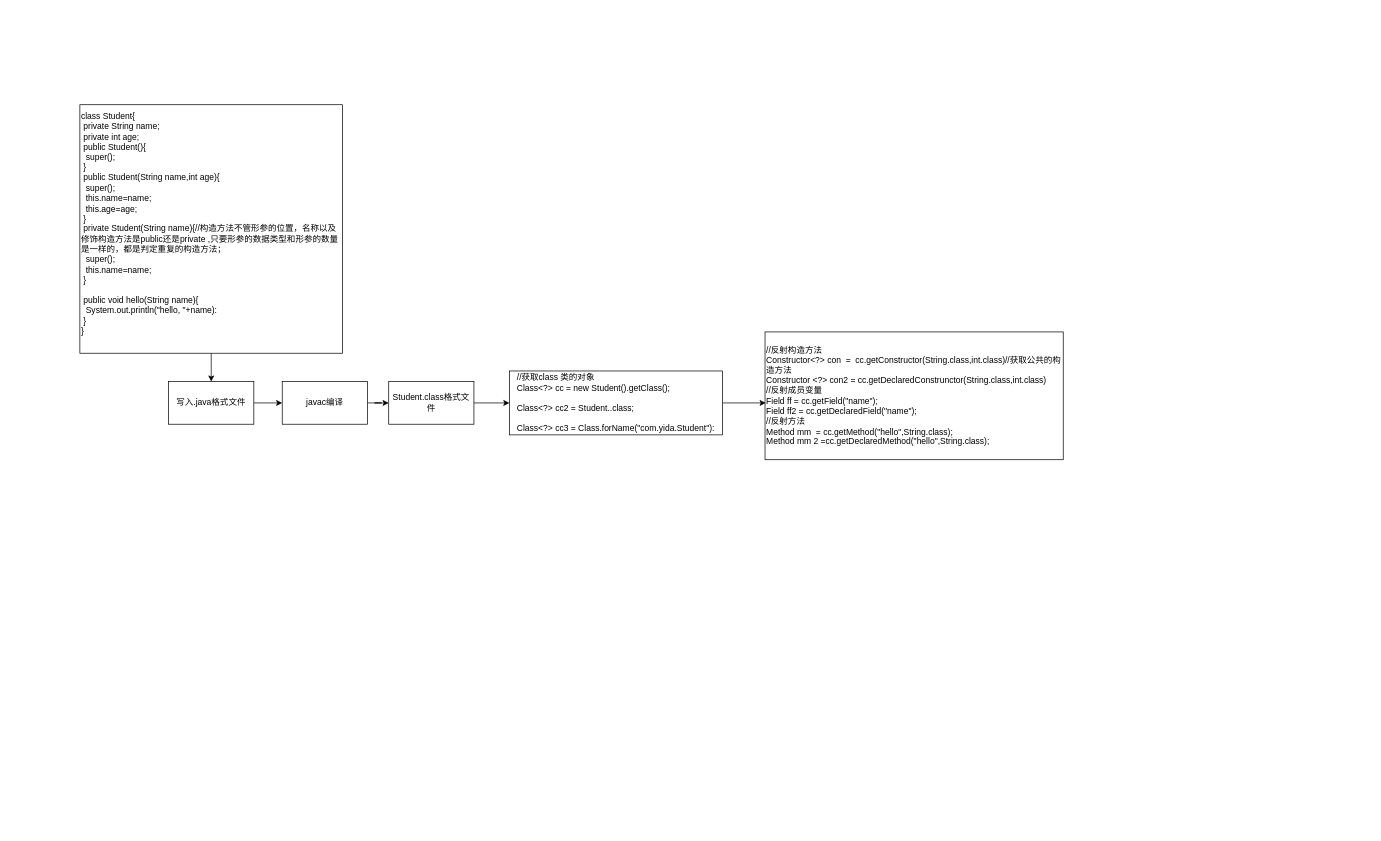
Above: photo/反射原理.drawio in irelandpenguin/default (draw.io), before the change. Source tidied: cells renumbered, new cells numbered last; positions are measured from the earlier drawing's top-left corner, leaving out a move shared by most shapes. Both pictures are drawn from the tidied source at 71%, with x=0, y=0 at pixel (80, 104).
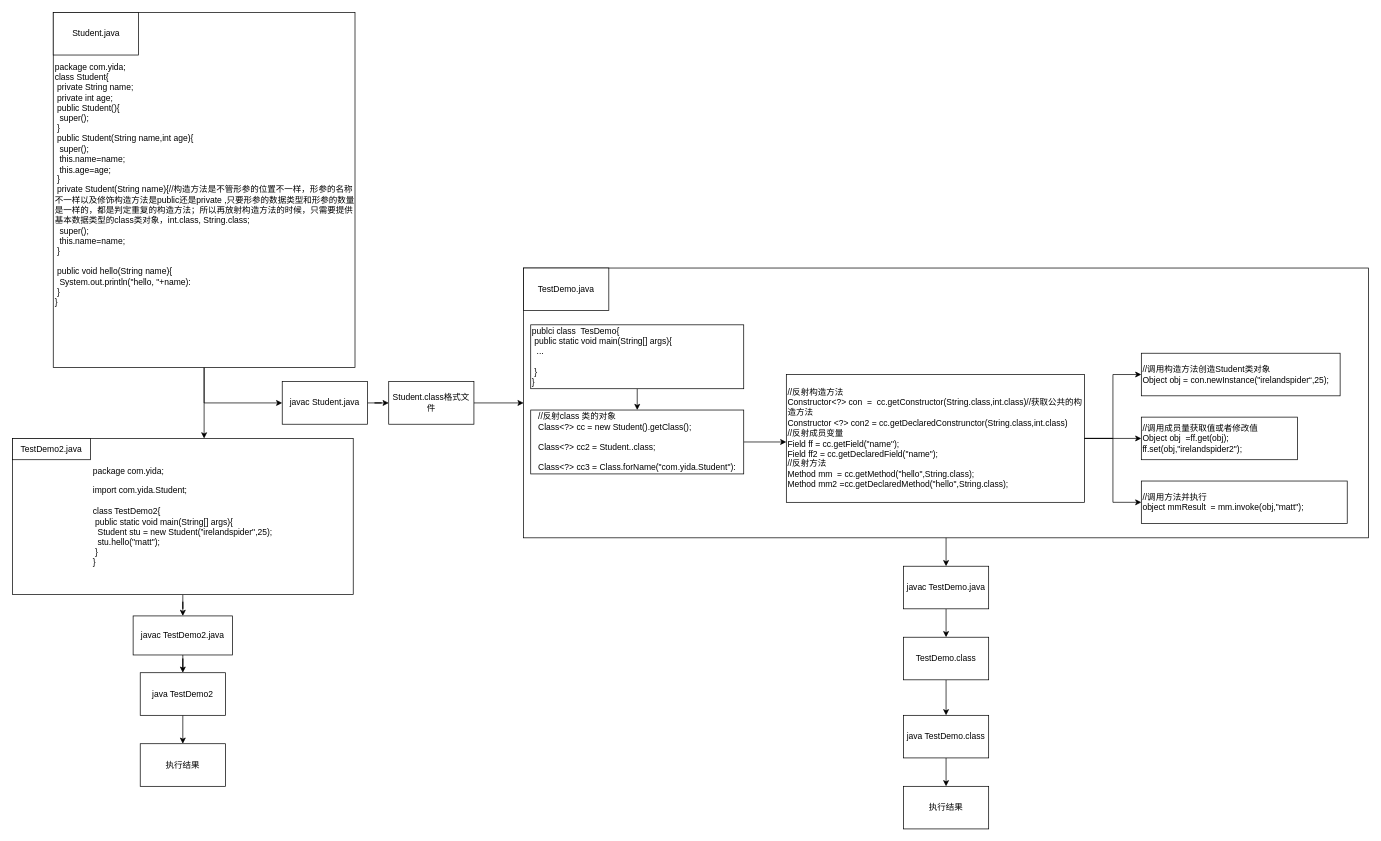
The same diagram, later.

The change refers to these unchanged cells:
```xml
<mxCell id="9" value="Student.class格式文件" style="rounded=0;whiteSpace=wrap;html=1;" parent="1" vertex="1">
  <mxGeometry x="435" y="390" width="120" height="60" as="geometry" />
</mxCell>
```

Change to the diagram source:
```diff
@@
-    <mxCell id="2" style="edgeStyle=orthogonalEdgeStyle;rounded=0;jettySize=auto;html=1;" parent="1" edge="1" source="3" target="5">
-      <mxGeometry relative="1" as="geometry" />
-    </mxCell>
+    <mxCell id="13" style="edgeStyle=orthogonalEdgeStyle;rounded=0;jettySize=auto;html=1;entryX=0;entryY=0.5;entryDx=0;entryDy=0;" parent="1" edge="1" source="3" target="7">
+      <mxGeometry relative="1" as="geometry" />
+    </mxCell>
+    <mxCell id="14" style="edgeStyle=orthogonalEdgeStyle;rounded=0;jettySize=auto;html=1;exitX=0.5;exitY=1;exitDx=0;exitDy=0;" parent="1" edge="1" source="3" target="44">
+      <mxGeometry relative="1" as="geometry">
+        <Array as="points">
+          <mxPoint x="205" y="480" />
+          <mxPoint x="205" y="480" />
+        </Array>
+      </mxGeometry>
+    </mxCell>
-    <mxCell id="3" value="&lt;div&gt;&lt;span&gt;class Student{&lt;/span&gt;&lt;/div&gt;&lt;div&gt;&lt;span&gt;&lt;span style=&quot;white-space: pre&quot;&gt; &lt;/span&gt;private String name;&lt;/span&gt;&lt;/div&gt;&lt;div&gt;&lt;span&gt;&lt;span style=&quot;white-space: pre&quot;&gt; &lt;/span&gt;private int age;&lt;/span&gt;&lt;/div&gt;&lt;div&gt;&lt;span&gt;&lt;span style=&quot;white-space: pre&quot;&gt; &lt;/span&gt;public Student(){&lt;/span&gt;&lt;/div&gt;&lt;div&gt;&lt;span&gt;&lt;span style=&quot;white-space: pre&quot;&gt; &lt;/span&gt;&lt;span style=&quot;white-space: pre&quot;&gt; &lt;/span&gt;super();&lt;/span&gt;&lt;/div&gt;&lt;div&gt;&lt;span&gt;&lt;span style=&quot;white-space: pre&quot;&gt; &lt;/span&gt;}&lt;/span&gt;&lt;/div&gt;&lt;div&gt;&lt;span style=&quot;white-space: pre&quot;&gt; &lt;/span&gt;public Student(String name,int age){&lt;/div&gt;&lt;div&gt;&lt;span style=&quot;white-space: pre&quot;&gt; &lt;/span&gt;&lt;span style=&quot;white-space: pre&quot;&gt; &lt;/span&gt;super();&lt;br&gt;&lt;/div&gt;&lt;div&gt;&lt;span style=&quot;white-space: pre&quot;&gt; &lt;/span&gt;&lt;span style=&quot;white-space: pre&quot;&gt; &lt;/span&gt;this.name=name;&lt;br&gt;&lt;/div&gt;&lt;div&gt;&lt;span style=&quot;white-space: pre&quot;&gt; &lt;/span&gt;&lt;span style=&quot;white-space: pre&quot;&gt; &lt;/span&gt;this.age=age;&lt;br&gt;&lt;/div&gt;&lt;div&gt;&lt;span style=&quot;white-space: pre&quot;&gt; &lt;/span&gt;}&lt;br&gt;&lt;/div&gt;&lt;div&gt;&lt;span style=&quot;white-space: pre&quot;&gt; &lt;/span&gt;private Student(String name){//构造方法不管形参的位置，名称以及修饰构造方法是public还是private ,只要形参的数据类型和形参的数量是一样的，都是判定重复的构造方法；&lt;br&gt;&lt;span style=&quot;white-space: pre&quot;&gt; &lt;span style=&quot;white-space: pre&quot;&gt; &lt;/span&gt;s&lt;/span&gt;uper();&lt;br&gt;&lt;/div&gt;&lt;div&gt;&lt;span style=&quot;white-space: pre&quot;&gt; &lt;/span&gt;&lt;span style=&quot;white-space: pre&quot;&gt; &lt;/span&gt;this.name=name;&lt;/div&gt;&lt;div&gt;&lt;span style=&quot;white-space: pre&quot;&gt; &lt;/span&gt;}&lt;br&gt;&lt;/div&gt;&lt;div&gt;&lt;span style=&quot;white-space: pre&quot;&gt; &lt;/span&gt;&lt;br&gt;&lt;/div&gt;&lt;div&gt;&lt;span style=&quot;white-space: pre&quot;&gt; &lt;/span&gt;public void hello(String name){&lt;br&gt;&lt;/div&gt;&lt;div&gt;&lt;span style=&quot;white-space: pre&quot;&gt; &lt;/span&gt;&lt;span style=&quot;white-space: pre&quot;&gt; &lt;/span&gt;System.out.println(&quot;hello, &quot;+name):&lt;br&gt;&lt;/div&gt;&lt;div&gt;&lt;span style=&quot;white-space: pre&quot;&gt; &lt;/span&gt;}&lt;br&gt;&lt;/div&gt;&lt;div&gt;&lt;span&gt;}&lt;/span&gt;&lt;/div&gt;&lt;div&gt;&lt;br&gt;&lt;/div&gt;" style="rounded=0;whiteSpace=wrap;html=1;align=left;" parent="1" vertex="1">
-      <mxGeometry width="370" height="350" as="geometry" />
+    <mxCell id="3" value="&lt;div&gt;&lt;span&gt;package com.yida;&lt;/span&gt;&lt;/div&gt;&lt;div&gt;&lt;span&gt;class Student{&lt;/span&gt;&lt;/div&gt;&lt;div&gt;&lt;span&gt;&lt;span style=&quot;white-space: pre&quot;&gt; &lt;/span&gt;private String name;&lt;/span&gt;&lt;/div&gt;&lt;div&gt;&lt;span&gt;&lt;span style=&quot;white-space: pre&quot;&gt; &lt;/span&gt;private int age;&lt;/span&gt;&lt;/div&gt;&lt;div&gt;&lt;span&gt;&lt;span style=&quot;white-space: pre&quot;&gt; &lt;/span&gt;public Student(){&lt;/span&gt;&lt;/div&gt;&lt;div&gt;&lt;span&gt;&lt;span style=&quot;white-space: pre&quot;&gt; &lt;/span&gt;&lt;span style=&quot;white-space: pre&quot;&gt; &lt;/span&gt;super();&lt;/span&gt;&lt;/div&gt;&lt;div&gt;&lt;span&gt;&lt;span style=&quot;white-space: pre&quot;&gt; &lt;/span&gt;}&lt;/span&gt;&lt;/div&gt;&lt;div&gt;&lt;span style=&quot;white-space: pre&quot;&gt; &lt;/span&gt;public Student(String name,int age){&lt;/div&gt;&lt;div&gt;&lt;span style=&quot;white-space: pre&quot;&gt; &lt;/span&gt;&lt;span style=&quot;white-space: pre&quot;&gt; &lt;/span&gt;super();&lt;br&gt;&lt;/div&gt;&lt;div&gt;&lt;span style=&quot;white-space: pre&quot;&gt; &lt;/span&gt;&lt;span style=&quot;white-space: pre&quot;&gt; &lt;/span&gt;this.name=name;&lt;br&gt;&lt;/div&gt;&lt;div&gt;&lt;span style=&quot;white-space: pre&quot;&gt; &lt;/span&gt;&lt;span style=&quot;white-space: pre&quot;&gt; &lt;/span&gt;this.age=age;&lt;br&gt;&lt;/div&gt;&lt;div&gt;&lt;span style=&quot;white-space: pre&quot;&gt; &lt;/span&gt;}&lt;br&gt;&lt;/div&gt;&lt;div&gt;&lt;span style=&quot;white-space: pre&quot;&gt; &lt;/span&gt;private Student(String name){//构造方法是不管形参的位置不一样，形参的名称不一样以及修饰构造方法是public还是private ,只要形参的数据类型和形参的数量是一样的，都是判定重复的构造方法；所以再放射构造方法的时候，只需要提供基本数据类型的class类对象，int.class, String.class;&lt;br&gt;&lt;span style=&quot;white-space: pre&quot;&gt; &lt;span style=&quot;white-space: pre&quot;&gt; &lt;/span&gt;s&lt;/span&gt;uper();&lt;br&gt;&lt;/div&gt;&lt;div&gt;&lt;span style=&quot;white-space: pre&quot;&gt; &lt;/span&gt;&lt;span style=&quot;white-space: pre&quot;&gt; &lt;/span&gt;this.name=name;&lt;/div&gt;&lt;div&gt;&lt;span style=&quot;white-space: pre&quot;&gt; &lt;/span&gt;}&lt;br&gt;&lt;/div&gt;&lt;div&gt;&lt;span style=&quot;white-space: pre&quot;&gt; &lt;/span&gt;&lt;br&gt;&lt;/div&gt;&lt;div&gt;&lt;span style=&quot;white-space: pre&quot;&gt; &lt;/span&gt;public void hello(String name){&lt;br&gt;&lt;/div&gt;&lt;div&gt;&lt;span style=&quot;white-space: pre&quot;&gt; &lt;/span&gt;&lt;span style=&quot;white-space: pre&quot;&gt; &lt;/span&gt;System.out.println(&quot;hello, &quot;+name):&lt;br&gt;&lt;/div&gt;&lt;div&gt;&lt;span style=&quot;white-space: pre&quot;&gt; &lt;/span&gt;}&lt;br&gt;&lt;/div&gt;&lt;div&gt;&lt;span&gt;}&lt;/span&gt;&lt;/div&gt;&lt;div&gt;&lt;br&gt;&lt;/div&gt;" style="rounded=0;whiteSpace=wrap;html=1;align=left;" parent="1" vertex="1">
+      <mxGeometry x="-37.5" y="-130" width="425" height="500" as="geometry" />
     </mxCell>
-    <mxCell id="4" style="edgeStyle=orthogonalEdgeStyle;rounded=0;jettySize=auto;html=1;" parent="1" edge="1" source="5" target="7">
-      <mxGeometry relative="1" as="geometry" />
-    </mxCell>
-    <mxCell id="5" value="写入.java格式文件" style="rounded=0;whiteSpace=wrap;html=1;" parent="1" vertex="1">
-      <mxGeometry x="125" y="390" width="120" height="60" as="geometry" />
-    </mxCell>
@@
-    <mxCell id="7" value="javac编译" style="rounded=0;whiteSpace=wrap;html=1;" parent="1" vertex="1">
+    <mxCell id="7" value="javac Student.java" style="rounded=0;whiteSpace=wrap;html=1;" parent="1" vertex="1">
       <mxGeometry x="285" y="390" width="120" height="60" as="geometry" />
     </mxCell>
-    <mxCell id="8" style="edgeStyle=orthogonalEdgeStyle;rounded=0;jettySize=auto;html=1;" parent="1" edge="1" source="9" target="11">
-      <mxGeometry relative="1" as="geometry" />
-    </mxCell>
+    <mxCell id="15" style="edgeStyle=orthogonalEdgeStyle;rounded=0;jettySize=auto;html=1;exitX=1;exitY=0.5;exitDx=0;exitDy=0;entryX=0;entryY=0.5;entryDx=0;entryDy=0;" parent="1" edge="1" source="9" target="18">
+      <mxGeometry relative="1" as="geometry" />
+    </mxCell>
@@
-    <mxCell id="10" style="edgeStyle=orthogonalEdgeStyle;rounded=0;jettySize=auto;html=1;" parent="1" edge="1" source="11">
-      <mxGeometry relative="1" as="geometry">
-        <mxPoint x="966" y="420" as="targetPoint" />
-      </mxGeometry>
-    </mxCell>
+    <mxCell id="16" value="Student.java" style="rounded=0;whiteSpace=wrap;html=1;" parent="1" vertex="1">
+      <mxGeometry x="-37.5" y="-130" width="120" height="60" as="geometry" />
+    </mxCell>
+    <mxCell id="17" style="group;" parent="1" vertex="1">
+      <mxGeometry x="625" y="230" width="1190" height="380" as="geometry" />
+    </mxCell>
+    <mxCell id="18" style="rounded=0;whiteSpace=wrap;html=1;" parent="17" vertex="1">
+      <mxGeometry width="1190" height="380" as="geometry" />
+    </mxCell>
+    <mxCell id="19" style="edgeStyle=orthogonalEdgeStyle;rounded=0;jettySize=auto;html=1;" parent="17" edge="1" source="11" target="12">
+      <mxGeometry relative="1" as="geometry">
+        <Array as="points">
+          <mxPoint x="410" y="250" />
+          <mxPoint x="410" y="250" />
+        </Array>
+      </mxGeometry>
+    </mxCell>
-    <mxCell id="11" value="&lt;div style=&quot;text-align: left&quot;&gt;&lt;span&gt;//获取class 类的对象&lt;/span&gt;&lt;/div&gt;&lt;div style=&quot;text-align: left&quot;&gt;&lt;span&gt;Class&amp;lt;?&amp;gt; cc = new Student().getClass();&lt;/span&gt;&lt;/div&gt;&lt;div style=&quot;text-align: left&quot;&gt;&lt;br&gt;&lt;/div&gt;&lt;div style=&quot;text-align: left&quot;&gt;&lt;span&gt;Class&amp;lt;?&amp;gt; cc2 = Student..class;&lt;/span&gt;&lt;/div&gt;&lt;div style=&quot;text-align: left&quot;&gt;&lt;br&gt;&lt;/div&gt;&lt;div style=&quot;text-align: left&quot;&gt;&lt;span&gt;Class&amp;lt;?&amp;gt; cc3 = Class.forName(&quot;com.yida.Student&quot;):&lt;/span&gt;&lt;/div&gt;" style="rounded=0;whiteSpace=wrap;html=1;" parent="1" vertex="1">
-      <mxGeometry x="605" y="375" width="300" height="90" as="geometry" />
+    <mxCell id="11" value="&lt;div style=&quot;text-align: left&quot;&gt;&lt;span&gt;//反射class 类的对象&lt;/span&gt;&lt;/div&gt;&lt;div style=&quot;text-align: left&quot;&gt;&lt;span&gt;Class&amp;lt;?&amp;gt; cc = new Student().getClass();&lt;/span&gt;&lt;/div&gt;&lt;div style=&quot;text-align: left&quot;&gt;&lt;br&gt;&lt;/div&gt;&lt;div style=&quot;text-align: left&quot;&gt;&lt;span&gt;Class&amp;lt;?&amp;gt; cc2 = Student..class;&lt;/span&gt;&lt;/div&gt;&lt;div style=&quot;text-align: left&quot;&gt;&lt;br&gt;&lt;/div&gt;&lt;div style=&quot;text-align: left&quot;&gt;&lt;span&gt;Class&amp;lt;?&amp;gt; cc3 = Class.forName(&quot;com.yida.Student&quot;):&lt;/span&gt;&lt;/div&gt;" style="rounded=0;whiteSpace=wrap;html=1;" parent="17" vertex="1">
+      <mxGeometry x="10" y="200" width="300" height="90" as="geometry" />
     </mxCell>
-    <mxCell id="12" value="//反射构造方法&lt;br&gt;Constructor&amp;lt;?&amp;gt; con&amp;nbsp; =&amp;nbsp; cc.getConstructor(String.class,int.class)//获取公共的构造方法&lt;br&gt;Constructor &amp;lt;?&amp;gt; con2 = cc.getDeclaredConstrunctor(String.class,int.class)&lt;br&gt;//反射成员变量&lt;br&gt;Field ff = cc.getField(&quot;name&quot;);&lt;br&gt;Field ff2 = cc.getDeclaredField(&quot;name&quot;);&lt;br&gt;//反射方法&lt;br&gt;Method mm&amp;nbsp; = cc.getMethod(&quot;hello&quot;,String.class);&lt;br&gt;Method mm 2 =cc.getDeclaredMethod(&quot;hello&quot;,String.class);&lt;br&gt;" style="rounded=0;whiteSpace=wrap;html=1;align=left;" parent="1" vertex="1">
-      <mxGeometry x="965" y="320" width="420" height="180" as="geometry" />
+    <mxCell id="12" value="//反射构造方法&lt;br&gt;Constructor&amp;lt;?&amp;gt; con&amp;nbsp; =&amp;nbsp; cc.getConstructor(String.class,int.class)//获取公共的构造方法&lt;br&gt;Constructor &amp;lt;?&amp;gt; con2 = cc.getDeclaredConstrunctor(String.class,int.class)&lt;br&gt;//反射成员变量&lt;br&gt;Field ff = cc.getField(&quot;name&quot;);&lt;br&gt;Field ff2 = cc.getDeclaredField(&quot;name&quot;);&lt;br&gt;//反射方法&lt;br&gt;Method mm&amp;nbsp; = cc.getMethod(&quot;hello&quot;,String.class);&lt;br&gt;Method mm2 =cc.getDeclaredMethod(&quot;hello&quot;,String.class);" style="rounded=0;whiteSpace=wrap;html=1;align=left;" parent="17" vertex="1">
+      <mxGeometry x="370" y="150" width="420" height="180" as="geometry" />
     </mxCell>
+    <mxCell id="20" value="//调用构造方法创造Student类对象&lt;br&gt;Object obj = con.newInstance(&quot;irelandspider“,25);" style="whiteSpace=wrap;html=1;align=left;rounded=0;" parent="17" vertex="1">
+      <mxGeometry x="870" y="120" width="280" height="60" as="geometry" />
+    </mxCell>
+    <mxCell id="21" style="edgeStyle=orthogonalEdgeStyle;rounded=0;jettySize=auto;html=1;exitX=1;exitY=0.5;exitDx=0;exitDy=0;" parent="17" edge="1" source="12" target="20">
+      <mxGeometry relative="1" as="geometry" />
+    </mxCell>
+    <mxCell id="22" value="//调用成员量获取值或者修改值&lt;br&gt;Object obj&amp;nbsp; =ff.get(obj);&lt;br&gt;ff.set(obj,&quot;irelandspider2&quot;);" style="whiteSpace=wrap;html=1;align=left;rounded=0;" parent="17" vertex="1">
+      <mxGeometry x="870" y="210" width="220" height="60" as="geometry" />
+    </mxCell>
+    <mxCell id="23" style="edgeStyle=orthogonalEdgeStyle;rounded=0;jettySize=auto;html=1;" parent="17" edge="1" source="12" target="22">
+      <mxGeometry relative="1" as="geometry" />
+    </mxCell>
+    <mxCell id="24" value="//调用方法并执行&lt;br&gt;object mmResult&amp;nbsp; = mm.invoke(obj,&quot;matt&quot;);" style="whiteSpace=wrap;html=1;align=left;rounded=0;" parent="17" vertex="1">
+      <mxGeometry x="870" y="300" width="290" height="60" as="geometry" />
+    </mxCell>
+    <mxCell id="25" style="edgeStyle=orthogonalEdgeStyle;rounded=0;jettySize=auto;html=1;" parent="17" edge="1" source="12" target="24">
+      <mxGeometry relative="1" as="geometry" />
+    </mxCell>
+    <mxCell id="26" value="TestDemo.java" style="rounded=0;whiteSpace=wrap;html=1;" parent="17" vertex="1">
+      <mxGeometry width="120" height="60" as="geometry" />
+    </mxCell>
+    <mxCell id="27" style="edgeStyle=orthogonalEdgeStyle;rounded=0;jettySize=auto;html=1;exitX=0.5;exitY=1;exitDx=0;exitDy=0;entryX=0.5;entryY=0;entryDx=0;entryDy=0;" parent="17" edge="1" source="28" target="11">
+      <mxGeometry relative="1" as="geometry" />
+    </mxCell>
+    <mxCell id="28" value="&lt;div&gt;&lt;span&gt;publci class&amp;nbsp; TesDemo{&lt;/span&gt;&lt;/div&gt;&lt;span style=&quot;white-space: pre&quot;&gt;&lt;div&gt;&lt;span&gt; &lt;/span&gt;&lt;span style=&quot;white-space: normal&quot;&gt;public static void main(String[] args){&lt;/span&gt;&lt;/div&gt;&lt;/span&gt;&lt;span style=&quot;white-space: pre&quot;&gt;&lt;div&gt;&lt;span&gt; &lt;span style=&quot;white-space: pre&quot;&gt; &lt;/span&gt;&lt;/span&gt;&lt;span style=&quot;white-space: normal&quot;&gt;...&lt;/span&gt;&lt;/div&gt;&lt;/span&gt;&lt;div&gt;&lt;br&gt;&lt;/div&gt;&lt;div&gt;&lt;span&gt;&lt;span style=&quot;white-space: pre&quot;&gt; &lt;/span&gt;}&lt;/span&gt;&lt;/div&gt;&lt;div&gt;&lt;span&gt;}&lt;/span&gt;&lt;/div&gt;" style="rounded=0;whiteSpace=wrap;html=1;align=left;" parent="17" vertex="1">
+      <mxGeometry x="10" y="80" width="300" height="90" as="geometry" />
+    </mxCell>
+    <mxCell id="29" style="edgeStyle=orthogonalEdgeStyle;rounded=0;jettySize=auto;html=1;" parent="1" edge="1" source="30" target="33">
+      <mxGeometry relative="1" as="geometry" />
+    </mxCell>
+    <mxCell id="30" value="javac TestDemo.java" style="rounded=0;whiteSpace=wrap;html=1;" parent="1" vertex="1">
+      <mxGeometry x="1160" y="650" width="120" height="60" as="geometry" />
+    </mxCell>
+    <mxCell id="31" style="edgeStyle=orthogonalEdgeStyle;rounded=0;jettySize=auto;html=1;" parent="1" edge="1" source="18" target="30">
+      <mxGeometry relative="1" as="geometry" />
+    </mxCell>
+    <mxCell id="32" style="edgeStyle=orthogonalEdgeStyle;rounded=0;jettySize=auto;html=1;" parent="1" edge="1" source="33" target="35">
+      <mxGeometry relative="1" as="geometry" />
+    </mxCell>
+    <mxCell id="33" value="TestDemo.class" style="whiteSpace=wrap;html=1;rounded=0;" parent="1" vertex="1">
+      <mxGeometry x="1160" y="750" width="120" height="60" as="geometry" />
+    </mxCell>
+    <mxCell id="34" style="edgeStyle=orthogonalEdgeStyle;rounded=0;jettySize=auto;html=1;" parent="1" edge="1" source="35" target="36">
+      <mxGeometry relative="1" as="geometry" />
+    </mxCell>
+    <mxCell id="35" value="java TestDemo.class" style="whiteSpace=wrap;html=1;rounded=0;" parent="1" vertex="1">
+      <mxGeometry x="1160" y="860" width="120" height="60" as="geometry" />
+    </mxCell>
+    <mxCell id="36" value="执行结果" style="whiteSpace=wrap;html=1;rounded=0;" parent="1" vertex="1">
+      <mxGeometry x="1160" y="960" width="120" height="60" as="geometry" />
+    </mxCell>
+    <mxCell id="37" style="edgeStyle=orthogonalEdgeStyle;rounded=0;jettySize=auto;html=1;" parent="1" edge="1" source="44" target="39">
+      <mxGeometry relative="1" as="geometry" />
+    </mxCell>
+    <mxCell id="38" style="edgeStyle=orthogonalEdgeStyle;rounded=0;jettySize=auto;html=1;" parent="1" edge="1" source="39" target="41">
+      <mxGeometry relative="1" as="geometry" />
+    </mxCell>
+    <mxCell id="39" value="javac TestDemo2.java" style="whiteSpace=wrap;html=1;rounded=0;" parent="1" vertex="1">
+      <mxGeometry x="75" y="720" width="140" height="55" as="geometry" />
+    </mxCell>
+    <mxCell id="40" style="edgeStyle=orthogonalEdgeStyle;rounded=0;jettySize=auto;html=1;" parent="1" edge="1" source="41" target="42">
+      <mxGeometry relative="1" as="geometry" />
+    </mxCell>
+    <mxCell id="41" value="java TestDemo2" style="whiteSpace=wrap;html=1;rounded=0;" parent="1" vertex="1">
+      <mxGeometry x="85" y="800" width="120" height="60" as="geometry" />
+    </mxCell>
+    <mxCell id="42" value="执行结果" style="whiteSpace=wrap;html=1;rounded=0;" parent="1" vertex="1">
+      <mxGeometry x="85" y="900" width="120" height="60" as="geometry" />
+    </mxCell>
+    <mxCell id="43" style="group;" parent="1" vertex="1">
+      <mxGeometry x="-95" y="470" width="480" height="220" as="geometry" />
+    </mxCell>
+    <mxCell id="44" value="&lt;div style=&quot;text-align: left&quot;&gt;&lt;span&gt;package com.yida;&lt;/span&gt;&lt;/div&gt;&lt;div style=&quot;text-align: left&quot;&gt;&lt;br&gt;&lt;/div&gt;&lt;div style=&quot;text-align: left&quot;&gt;import com.yida.Student;&lt;/div&gt;&lt;div style=&quot;text-align: left&quot;&gt;&lt;br&gt;&lt;/div&gt;&lt;div style=&quot;text-align: left&quot;&gt;&lt;span&gt;class TestDemo2{&lt;/span&gt;&lt;/div&gt;&lt;span style=&quot;white-space: pre&quot;&gt;&lt;div style=&quot;text-align: left&quot;&gt;&lt;span&gt; &lt;/span&gt;&lt;span style=&quot;white-space: normal&quot;&gt;public static void main(String[] args){&lt;/span&gt;&lt;/div&gt;&lt;/span&gt;&lt;div style=&quot;text-align: left&quot;&gt;&lt;span style=&quot;white-space: pre&quot;&gt; &lt;/span&gt;&lt;span style=&quot;white-space: pre&quot;&gt; S&lt;/span&gt;&lt;span style=&quot;white-space: pre&quot;&gt;tudent stu = new Student(”irelandspider&quot;,25);&lt;/span&gt;&lt;/div&gt;&lt;div style=&quot;text-align: left&quot;&gt;&lt;span style=&quot;white-space: pre&quot;&gt;&lt;span style=&quot;white-space: pre&quot;&gt; &lt;/span&gt;&lt;span style=&quot;white-space: pre&quot;&gt; &lt;/span&gt;stu.hello(&quot;matt&quot;); &lt;/span&gt;&lt;/div&gt;&lt;div style=&quot;text-align: left&quot;&gt;&lt;span style=&quot;white-space: pre&quot;&gt; &lt;/span&gt;&lt;span&gt;}&lt;/span&gt;&lt;/div&gt;&lt;div style=&quot;text-align: left&quot;&gt;&lt;span&gt;}&lt;/span&gt;&lt;/div&gt;" style="whiteSpace=wrap;html=1;rounded=0;" parent="43" vertex="1">
+      <mxGeometry width="480" height="220" as="geometry" />
+    </mxCell>
+    <mxCell id="45" value="TestDemo2.java" style="rounded=0;whiteSpace=wrap;html=1;" parent="43" vertex="1">
+      <mxGeometry width="110" height="30" as="geometry" />
+    </mxCell>
```
